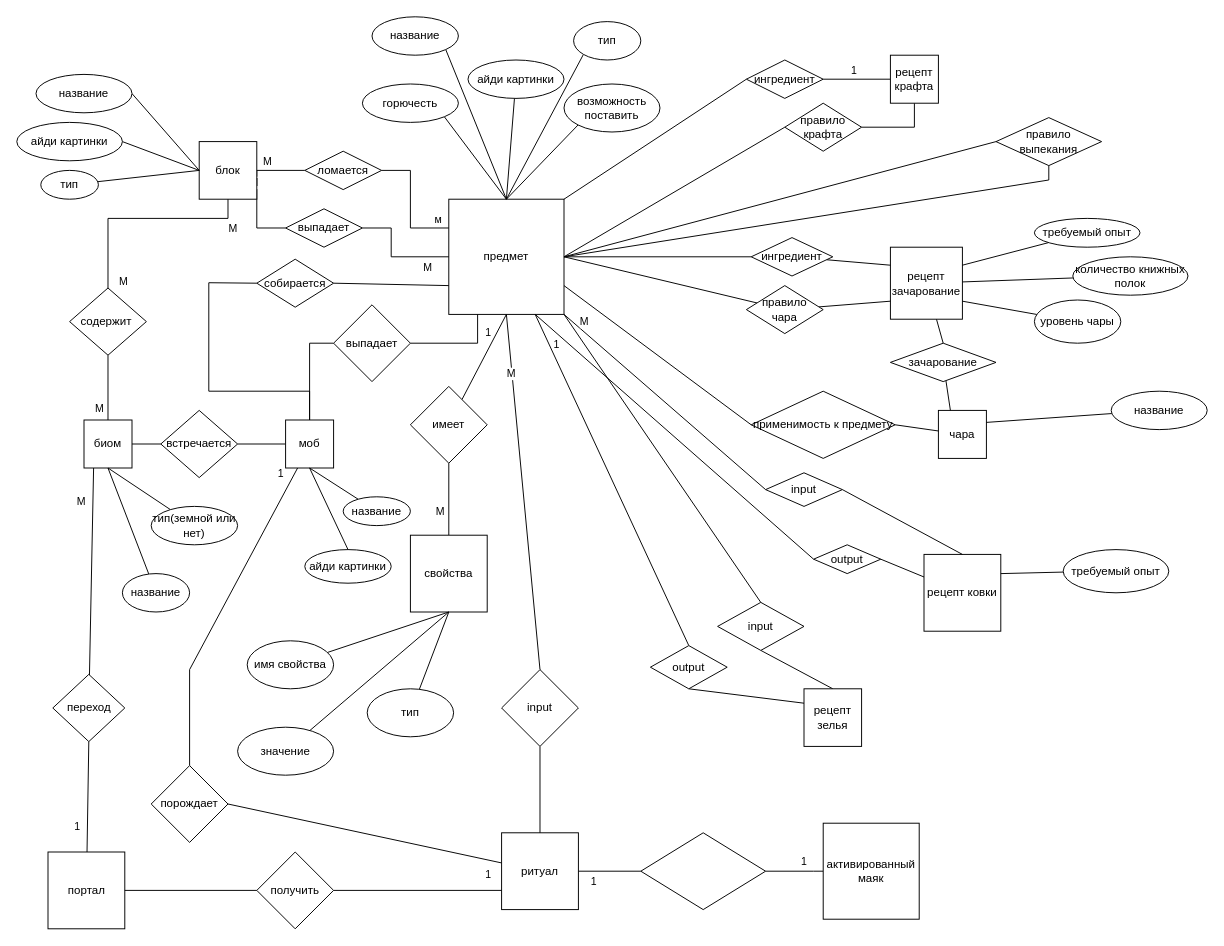
ShchA317/db-coursework keeps this draw.io diagram as second-stage/DB_coursework1.drawio. Above is the earlier version. Source tidied: cells renumbered, new cells numbered last; positions are measured from the earlier drawing's top-left corner, leaving out a move shared by most shapes. Both pictures are drawn from the tidied source at 96%, with x=0, y=0 at pixel (16, 16).
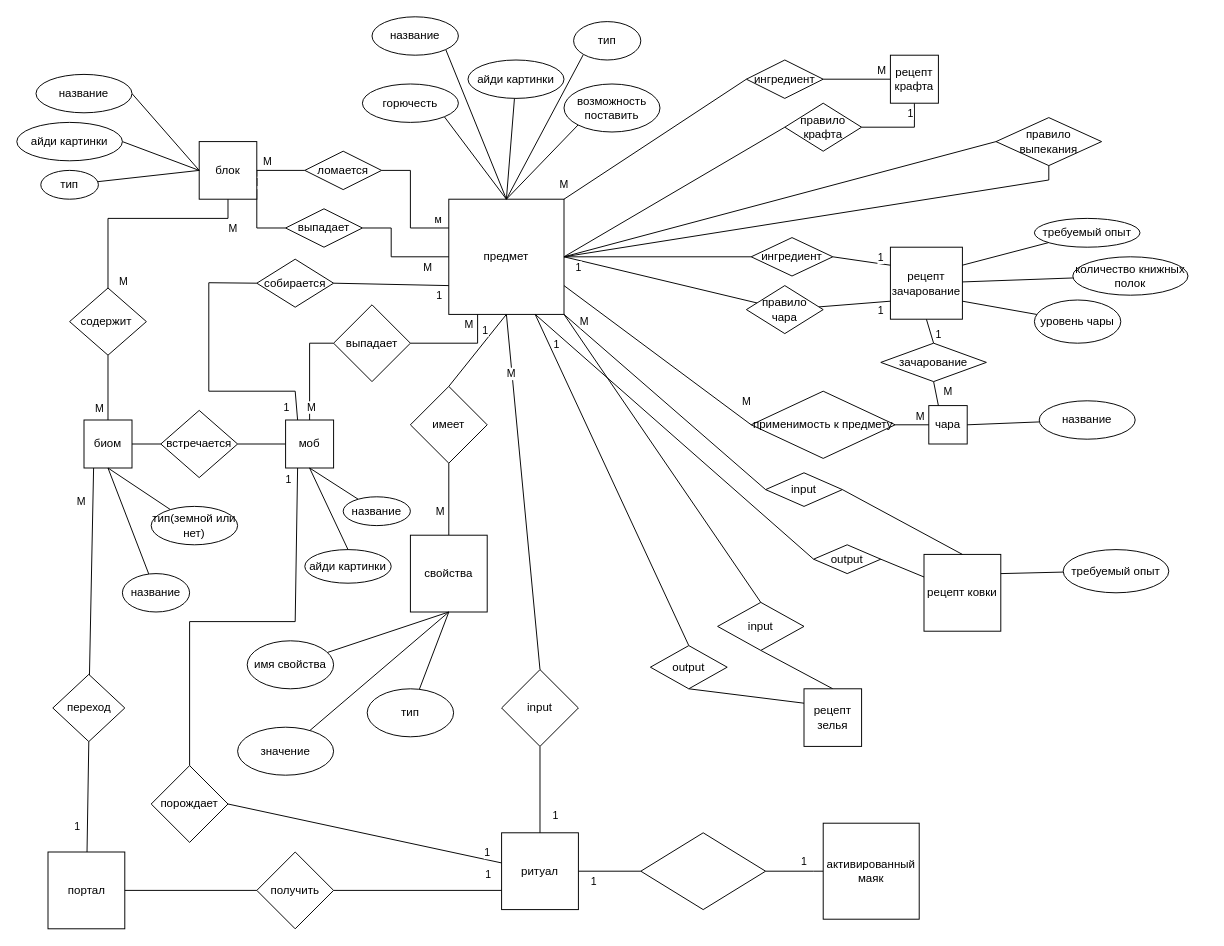
The same diagram, later.

The change refers to these unchanged cells:
```xml
<mxCell id="6" style="edgeStyle=none;rounded=0;jettySize=auto;html=1;exitX=1;exitY=0.75;exitDx=0;exitDy=0;entryX=0;entryY=0.5;entryDx=0;entryDy=0;startArrow=none;startFill=0;endArrow=none;endFill=0;" parent="1" edge="1" source="12" target="92">
  <mxGeometry relative="1" as="geometry" />
</mxCell>
<mxCell id="42" value="моб" style="whiteSpace=wrap;html=1;" parent="1" vertex="1">
  <mxGeometry x="280" y="420" width="50" height="50" as="geometry" />
</mxCell>
<mxCell id="48" style="edgeStyle=none;rounded=0;jettySize=auto;html=1;entryX=0.25;entryY=1;entryDx=0;entryDy=0;startArrow=none;startFill=0;endArrow=none;endFill=0;" parent="1" edge="1" source="49" target="12">
  <mxGeometry relative="1" as="geometry">
    <Array as="points">
      <mxPoint x="480" y="340" />
    </Array>
  </mxGeometry>
</mxCell>
<mxCell id="56" style="edgeStyle=none;rounded=0;jettySize=auto;html=1;exitX=1;exitY=0.5;exitDx=0;exitDy=0;entryX=0;entryY=0.75;entryDx=0;entryDy=0;startArrow=none;startFill=0;endArrow=none;endFill=0;" parent="1" edge="1" source="57" target="12">
  <mxGeometry relative="1" as="geometry" />
</mxCell>
<mxCell id="57" value="собирается" style="rhombus;whiteSpace=wrap;html=1;" parent="1" vertex="1">
  <mxGeometry x="250" y="252.5" width="80" height="50" as="geometry" />
</mxCell>
<mxCell id="60" style="edgeStyle=none;rounded=0;jettySize=auto;html=1;exitX=1;exitY=0.5;exitDx=0;exitDy=0;startArrow=none;startFill=0;endArrow=none;endFill=0;entryX=0;entryY=0.5;entryDx=0;entryDy=0;" parent="1" edge="1" source="63" target="67">
  <mxGeometry relative="1" as="geometry" />
</mxCell>
<mxCell id="62" style="edgeStyle=none;rounded=0;jettySize=auto;html=1;entryX=1;entryY=0;entryDx=0;entryDy=0;startArrow=none;startFill=0;endArrow=none;endFill=0;exitX=0;exitY=0.5;exitDx=0;exitDy=0;" parent="1" edge="1" source="63" target="12">
  <mxGeometry relative="1" as="geometry" />
</mxCell>
<mxCell id="64" style="edgeStyle=none;rounded=0;jettySize=auto;html=1;entryX=0.5;entryY=1;entryDx=0;entryDy=0;startArrow=none;startFill=0;endArrow=none;endFill=0;" parent="1" edge="1" source="66" target="67">
  <mxGeometry relative="1" as="geometry">
    <Array as="points">
      <mxPoint x="935" y="115" />
    </Array>
  </mxGeometry>
</mxCell>
<mxCell id="75" value="рецепт зачарование" style="whiteSpace=wrap;html=1;" parent="1" vertex="1">
  <mxGeometry x="910" y="240" width="75" height="75" as="geometry" />
</mxCell>
<mxCell id="80" value="ингредиент" style="rhombus;whiteSpace=wrap;html=1;" parent="1" vertex="1">
  <mxGeometry x="765" y="230" width="85" height="40" as="geometry" />
</mxCell>
<mxCell id="81" style="edgeStyle=none;rounded=0;jettySize=auto;html=1;entryX=0;entryY=0.75;entryDx=0;entryDy=0;startArrow=none;startFill=0;endArrow=none;endFill=0;" parent="1" edge="1" source="83" target="75">
  <mxGeometry relative="1" as="geometry" />
</mxCell>
<mxCell id="82" style="edgeStyle=none;rounded=0;jettySize=auto;html=1;entryX=1;entryY=0.5;entryDx=0;entryDy=0;startArrow=none;startFill=0;endArrow=none;endFill=0;" parent="1" edge="1" source="83" target="12">
  <mxGeometry relative="1" as="geometry" />
</mxCell>
<mxCell id="91" style="edgeStyle=none;rounded=0;jettySize=auto;html=1;exitX=1;exitY=0.5;exitDx=0;exitDy=0;startArrow=none;startFill=0;endArrow=none;endFill=0;" parent="1" edge="1" source="92" target="86">
  <mxGeometry relative="1" as="geometry" />
</mxCell>
<mxCell id="100" value="имеет" style="rhombus;whiteSpace=wrap;html=1;" parent="1" vertex="1">
  <mxGeometry x="410" y="385" width="80" height="80" as="geometry" />
</mxCell>
<mxCell id="120" style="edgeStyle=none;rounded=0;jettySize=auto;html=1;entryX=1;entryY=0.5;entryDx=0;entryDy=0;startArrow=none;startFill=0;endArrow=none;endFill=0;" parent="1" edge="1" source="124" target="129">
  <mxGeometry relative="1" as="geometry" />
</mxCell>
<mxCell id="125" style="edgeStyle=none;rounded=0;jettySize=auto;html=1;exitX=0.5;exitY=1;exitDx=0;exitDy=0;entryX=0.5;entryY=0;entryDx=0;entryDy=0;startArrow=none;startFill=0;endArrow=none;endFill=0;" parent="1" edge="1" source="126" target="124">
  <mxGeometry relative="1" as="geometry" />
</mxCell>
<mxCell id="129" value="порождает" style="rhombus;whiteSpace=wrap;html=1;" parent="1" vertex="1">
  <mxGeometry x="140" y="780" width="80" height="80" as="geometry" />
</mxCell>
```

What changed in the source:
```diff
@@
+    <mxCell id="142" value="М" style="edgeLabel;html=1;align=center;verticalAlign=middle;" parent="6" vertex="1">
+      <mxGeometry x="0.82" y="1" relative="1" as="geometry">
+        <mxPoint x="12" y="-11" as="offset" />
+      </mxGeometry>
+    </mxCell>
@@
+    <mxCell id="143" value="М" style="edgeLabel;html=1;align=center;verticalAlign=middle;" parent="48" vertex="1">
+      <mxGeometry x="0.78" y="1" relative="1" as="geometry">
+        <mxPoint x="-9" y="-1" as="offset" />
+      </mxGeometry>
+    </mxCell>
@@
-    <mxCell id="55" style="edgeStyle=none;rounded=0;jettySize=auto;html=1;exitX=0;exitY=0.5;exitDx=0;exitDy=0;entryX=0.5;entryY=0;entryDx=0;entryDy=0;startArrow=none;startFill=0;endArrow=none;endFill=0;" parent="1" edge="1" source="57" target="42">
+    <mxCell id="55" style="edgeStyle=none;rounded=0;jettySize=auto;html=1;exitX=0;exitY=0.5;exitDx=0;exitDy=0;startArrow=none;startFill=0;endArrow=none;endFill=0;entryX=0.25;entryY=0;entryDx=0;entryDy=0;" parent="1" edge="1" source="57" target="42">
       <mxGeometry relative="1" as="geometry">
         <Array as="points">
           <mxPoint x="200" y="277" />
           <mxPoint x="200" y="390" />
-          <mxPoint x="305" y="390" />
+          <mxPoint x="290" y="390" />
         </Array>
       </mxGeometry>
     </mxCell>
+    <mxCell id="144" value="М" style="edgeLabel;html=1;align=center;verticalAlign=middle;" parent="55" vertex="1">
+      <mxGeometry x="0.91" relative="1" as="geometry">
+        <mxPoint x="15" as="offset" />
+      </mxGeometry>
+    </mxCell>
+    <mxCell id="145" value="1" style="edgeLabel;html=1;align=center;verticalAlign=middle;" parent="55" vertex="1">
+      <mxGeometry x="0.91" relative="1" as="geometry">
+        <mxPoint x="-11" as="offset" />
+      </mxGeometry>
+    </mxCell>
@@
+    <mxCell id="146" value="1" style="edgeLabel;html=1;align=center;verticalAlign=middle;" parent="56" vertex="1">
+      <mxGeometry x="0.76" y="-1" relative="1" as="geometry">
+        <mxPoint x="4" y="9" as="offset" />
+      </mxGeometry>
+    </mxCell>
@@
-    <mxCell id="61" value="1" style="edgeLabel;html=1;align=center;verticalAlign=middle;" parent="60" vertex="1">
+    <mxCell id="61" value="М" style="edgeLabel;html=1;align=center;verticalAlign=middle;" parent="60" vertex="1">
       <mxGeometry x="-0.36" relative="1" as="geometry">
-        <mxPoint x="9" y="-10" as="offset" />
+        <mxPoint x="38" y="-10" as="offset" />
       </mxGeometry>
     </mxCell>
@@
+    <mxCell id="147" value="М" style="edgeLabel;html=1;align=center;verticalAlign=middle;" parent="62" vertex="1">
+      <mxGeometry x="0.92" relative="1" as="geometry">
+        <mxPoint x="-8" y="-10" as="offset" />
+      </mxGeometry>
+    </mxCell>
@@
+    <mxCell id="148" value="1" style="edgeLabel;html=1;align=center;verticalAlign=middle;" parent="64" vertex="1">
+      <mxGeometry x="0.7" y="-1" relative="1" as="geometry">
+        <mxPoint x="-6" y="-2" as="offset" />
+      </mxGeometry>
+    </mxCell>
@@
-    <mxCell id="74" style="edgeStyle=none;rounded=0;jettySize=auto;html=1;entryX=0.5;entryY=0;entryDx=0;entryDy=0;startArrow=none;startFill=0;endArrow=none;endFill=0;" parent="1" edge="1" source="75" target="94">
+    <mxCell id="74" style="edgeStyle=none;rounded=0;jettySize=auto;html=1;entryX=0.5;entryY=0;entryDx=0;entryDy=0;startArrow=none;startFill=0;endArrow=none;endFill=0;exitX=0.5;exitY=1;exitDx=0;exitDy=0;" parent="1" edge="1" source="75" target="94">
       <mxGeometry relative="1" as="geometry" />
     </mxCell>
+    <mxCell id="149" value="1" style="edgeLabel;html=1;align=center;verticalAlign=middle;" parent="74" vertex="1">
+      <mxGeometry x="0.43" y="1" relative="1" as="geometry">
+        <mxPoint x="6" y="-2" as="offset" />
+      </mxGeometry>
+    </mxCell>
@@
-    <mxCell id="79" style="edgeStyle=none;rounded=0;jettySize=auto;html=1;entryX=0;entryY=0.25;entryDx=0;entryDy=0;startArrow=none;startFill=0;endArrow=none;endFill=0;" parent="1" edge="1" source="80" target="75">
+    <mxCell id="79" style="edgeStyle=none;rounded=0;jettySize=auto;html=1;entryX=0;entryY=0.25;entryDx=0;entryDy=0;startArrow=none;startFill=0;endArrow=none;endFill=0;exitX=1;exitY=0.5;exitDx=0;exitDy=0;" parent="1" edge="1" source="80" target="75">
       <mxGeometry relative="1" as="geometry" />
     </mxCell>
+    <mxCell id="150" value="1" style="edgeLabel;html=1;align=center;verticalAlign=middle;" parent="79" vertex="1">
+      <mxGeometry x="0.49" y="1" relative="1" as="geometry">
+        <mxPoint x="5" y="-5" as="offset" />
+      </mxGeometry>
+    </mxCell>
@@
+    <mxCell id="151" value="1" style="edgeLabel;html=1;align=center;verticalAlign=middle;" parent="81" vertex="1">
+      <mxGeometry x="0.72" y="-1" relative="1" as="geometry">
+        <mxPoint y="7" as="offset" />
+      </mxGeometry>
+    </mxCell>
@@
+    <mxCell id="152" value="1" style="edgeLabel;html=1;align=center;verticalAlign=middle;" parent="82" vertex="1">
+      <mxGeometry x="0.86" y="-2" relative="1" as="geometry">
+        <mxPoint y="9" as="offset" />
+      </mxGeometry>
+    </mxCell>
@@
     <mxCell id="86" value="чара" style="whiteSpace=wrap;html=1;" parent="1" vertex="1">
-      <mxGeometry x="960" y="410" width="50" height="50" as="geometry" />
+      <mxGeometry x="950" y="405" width="40" height="40" as="geometry" />
     </mxCell>
-    <mxCell id="87" style="edgeStyle=none;rounded=0;jettySize=auto;html=1;entryX=1;entryY=0.25;entryDx=0;entryDy=0;startArrow=none;startFill=0;endArrow=none;endFill=0;" parent="1" edge="1" source="88" target="86">
+    <mxCell id="87" style="edgeStyle=none;rounded=0;jettySize=auto;html=1;entryX=1;entryY=0.5;entryDx=0;entryDy=0;startArrow=none;startFill=0;endArrow=none;endFill=0;" parent="1" edge="1" source="88" target="86">
       <mxGeometry relative="1" as="geometry" />
     </mxCell>
     <mxCell id="88" value="название" style="ellipse;whiteSpace=wrap;html=1;" parent="1" vertex="1">
-      <mxGeometry x="1140" y="390" width="100" height="40" as="geometry" />
+      <mxGeometry x="1065" y="400" width="100" height="40" as="geometry" />
     </mxCell>
@@
+    <mxCell id="153" value="М" style="edgeLabel;html=1;align=center;verticalAlign=middle;" parent="91" vertex="1">
+      <mxGeometry x="0.49" y="-1" relative="1" as="geometry">
+        <mxPoint x="-1" y="-11" as="offset" />
+      </mxGeometry>
+    </mxCell>
@@
-    <mxCell id="93" style="edgeStyle=none;rounded=0;jettySize=auto;html=1;entryX=0.25;entryY=0;entryDx=0;entryDy=0;startArrow=none;startFill=0;endArrow=none;endFill=0;" parent="1" edge="1" source="94" target="86">
+    <mxCell id="93" style="edgeStyle=none;rounded=0;jettySize=auto;html=1;entryX=0.25;entryY=0;entryDx=0;entryDy=0;startArrow=none;startFill=0;endArrow=none;endFill=0;exitX=0.5;exitY=1;exitDx=0;exitDy=0;" parent="1" edge="1" source="94" target="86">
       <mxGeometry relative="1" as="geometry" />
     </mxCell>
+    <mxCell id="154" value="М" style="edgeLabel;html=1;align=center;verticalAlign=middle;" parent="93" vertex="1">
+      <mxGeometry x="0.13" relative="1" as="geometry">
+        <mxPoint x="12" y="-4" as="offset" />
+      </mxGeometry>
+    </mxCell>
     <mxCell id="94" value="зачарование" style="rhombus;whiteSpace=wrap;html=1;" parent="1" vertex="1">
-      <mxGeometry x="910" y="340" width="110" height="40" as="geometry" />
+      <mxGeometry x="900" y="340" width="110" height="40" as="geometry" />
     </mxCell>
@@
-    <mxCell id="98" style="edgeStyle=none;rounded=0;jettySize=auto;html=1;startArrow=none;startFill=0;endArrow=none;endFill=0;" parent="1" edge="1" source="100">
+    <mxCell id="98" style="edgeStyle=none;rounded=0;jettySize=auto;html=1;startArrow=none;startFill=0;endArrow=none;endFill=0;exitX=0.5;exitY=0;exitDx=0;exitDy=0;" parent="1" edge="1" source="100">
       <mxGeometry relative="1" as="geometry">
         <mxPoint x="510" y="310" as="targetPoint" />
       </mxGeometry>
     </mxCell>
@@
+    <mxCell id="155" value="1" style="edgeLabel;html=1;align=center;verticalAlign=middle;" parent="120" vertex="1">
+      <mxGeometry x="-0.89" relative="1" as="geometry">
+        <mxPoint y="-8" as="offset" />
+      </mxGeometry>
+    </mxCell>
@@
+    <mxCell id="156" value="1" style="edgeLabel;html=1;align=center;verticalAlign=middle;" parent="125" vertex="1">
+      <mxGeometry x="0.57" relative="1" as="geometry">
+        <mxPoint x="15" as="offset" />
+      </mxGeometry>
+    </mxCell>
@@
     <mxCell id="127" style="edgeStyle=none;rounded=0;jettySize=auto;html=1;entryX=0.25;entryY=1;entryDx=0;entryDy=0;startArrow=none;startFill=0;endArrow=none;endFill=0;" parent="1" edge="1" source="129" target="42">
       <mxGeometry relative="1" as="geometry">
         <Array as="points">
-          <mxPoint x="180" y="680" />
+          <mxPoint x="180" y="630" />
+          <mxPoint x="290" y="630" />
         </Array>
       </mxGeometry>
     </mxCell>
```
